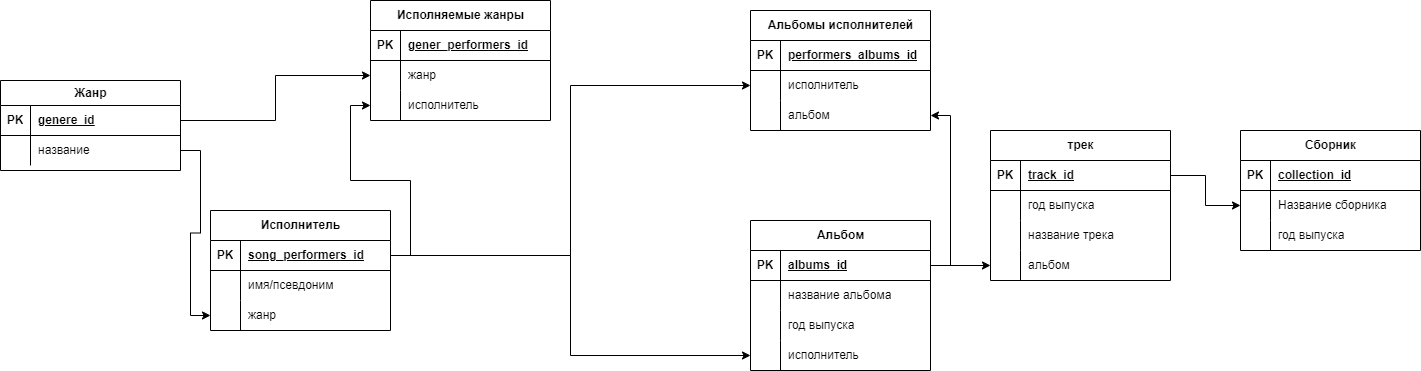
Before: hw_db.drawio.png, a diagram exported from draw.io (CatGaster/hw_db_2). Source tidied: cells renumbered, new cells last; positions are measured from the earlier drawing's top-left corner, leaving out a move shared by most shapes.
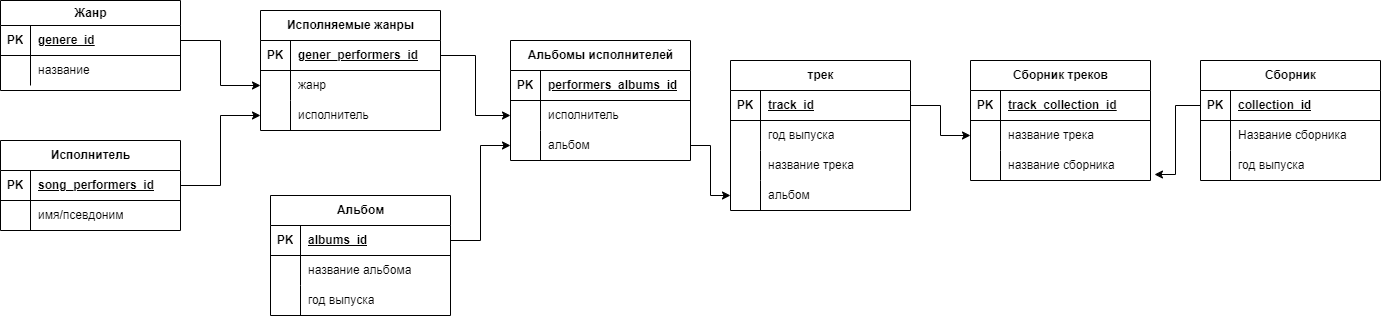
After the commit.

The edit, as a diff of the source:
```diff
@@ -3,7 +3,7 @@
     <mxCell id="0" />
     <mxCell id="1" parent="0" />
     <mxCell id="2" value="Жанр" style="shape=table;startSize=25;rowLines=0;fontStyle=1;align=center;html=1;" parent="1" vertex="1">
-      <mxGeometry y="80" width="180" height="90" as="geometry" />
+      <mxGeometry x="10" y="30" width="180" height="90" as="geometry" />
     </mxCell>
     <mxCell id="3" style="shape=tableRow;horizontal=0;startSize=0;swimlaneHead=0;swimlaneBody=0;fillColor=none;points=[[0,0.5],[1,0.5]];portConstraint=eastwest;top=0;left=0;right=0;bottom=1;" parent="2" vertex="1">
       <mxGeometry y="25" width="180" height="30" as="geometry" />
@@ -24,7 +24,7 @@
       <mxGeometry x="30" width="150" height="30" as="geometry" />
     </mxCell>
     <mxCell id="9" value="Альбом" style="shape=table;startSize=30;rowLines=0;fontStyle=1;align=center;html=1;" parent="1" vertex="1">
-      <mxGeometry x="750" y="220" width="180" height="150" as="geometry" />
+      <mxGeometry x="280" y="225" width="180" height="120" as="geometry" />
     </mxCell>
     <mxCell id="10" style="shape=tableRow;horizontal=0;startSize=0;swimlaneHead=0;swimlaneBody=0;fillColor=none;points=[[0,0.5],[1,0.5]];portConstraint=eastwest;top=0;left=0;right=0;bottom=1;" parent="9" vertex="1">
       <mxGeometry y="30" width="180" height="30" as="geometry" />
@@ -53,17 +53,8 @@
     <mxCell id="18" value="год выпуска" style="shape=partialRectangle;fillColor=none;top=0;left=0;bottom=0;right=0;align=left;spacingLeft=6;overflow=hidden;whiteSpace=wrap;html=1;" parent="16" vertex="1">
       <mxGeometry x="30" width="150" height="30" as="geometry" />
     </mxCell>
-    <mxCell id="19" style="shape=tableRow;horizontal=0;startSize=0;swimlaneHead=0;swimlaneBody=0;fillColor=none;points=[[0,0.5],[1,0.5]];portConstraint=eastwest;top=0;left=0;right=0;bottom=0;" parent="9" vertex="1">
-      <mxGeometry y="120" width="180" height="30" as="geometry" />
-    </mxCell>
-    <mxCell id="20" style="shape=partialRectangle;fillColor=none;top=0;left=0;bottom=0;right=0;overflow=hidden;whiteSpace=wrap;html=1;" parent="19" vertex="1">
-      <mxGeometry width="30" height="30" as="geometry" />
-    </mxCell>
-    <mxCell id="21" value="исполнитель" style="shape=partialRectangle;fillColor=none;top=0;left=0;bottom=0;right=0;align=left;spacingLeft=6;overflow=hidden;whiteSpace=wrap;html=1;" parent="19" vertex="1">
-      <mxGeometry x="30" width="150" height="30" as="geometry" />
-    </mxCell>
     <mxCell id="22" value="Исполнитель" style="shape=table;startSize=30;rowLines=0;fontStyle=1;align=center;html=1;" parent="1" vertex="1">
-      <mxGeometry x="210" y="210" width="180" height="120" as="geometry" />
+      <mxGeometry x="10" y="170" width="180" height="90" as="geometry" />
     </mxCell>
     <mxCell id="23" style="shape=tableRow;horizontal=0;startSize=0;swimlaneHead=0;swimlaneBody=0;fillColor=none;points=[[0,0.5],[1,0.5]];portConstraint=eastwest;top=0;left=0;right=0;bottom=1;" parent="22" vertex="1">
       <mxGeometry y="30" width="180" height="30" as="geometry" />
@@ -83,20 +74,8 @@
     <mxCell id="28" value="имя/псевдоним" style="shape=partialRectangle;fillColor=none;top=0;left=0;bottom=0;right=0;align=left;spacingLeft=6;overflow=hidden;whiteSpace=wrap;html=1;" parent="26" vertex="1">
       <mxGeometry x="30" width="150" height="30" as="geometry" />
     </mxCell>
-    <mxCell id="29" style="shape=tableRow;horizontal=0;startSize=0;swimlaneHead=0;swimlaneBody=0;fillColor=none;points=[[0,0.5],[1,0.5]];portConstraint=eastwest;top=0;left=0;right=0;bottom=0;" parent="22" vertex="1">
-      <mxGeometry y="90" width="180" height="30" as="geometry" />
-    </mxCell>
-    <mxCell id="30" style="shape=partialRectangle;fillColor=none;top=0;left=0;bottom=0;right=0;overflow=hidden;whiteSpace=wrap;html=1;" parent="29" vertex="1">
-      <mxGeometry width="30" height="30" as="geometry" />
-    </mxCell>
-    <mxCell id="31" value="жанр" style="shape=partialRectangle;fillColor=none;top=0;left=0;bottom=0;right=0;align=left;spacingLeft=6;overflow=hidden;whiteSpace=wrap;html=1;" parent="29" vertex="1">
-      <mxGeometry x="30" width="150" height="30" as="geometry" />
-    </mxCell>
-    <mxCell id="32" style="edgeStyle=orthogonalEdgeStyle;rounded=0;jettySize=auto;html=1;entryX=0;entryY=0.5;entryDx=0;entryDy=0;" parent="1" edge="1" source="6" target="29">
-      <mxGeometry relative="1" as="geometry" />
-    </mxCell>
     <mxCell id="33" value="Исполняемые жанры" style="shape=table;startSize=30;rowLines=0;fontStyle=1;align=center;html=1;" parent="1" vertex="1">
-      <mxGeometry x="370" width="180" height="120" as="geometry" />
+      <mxGeometry x="270" y="40" width="180" height="120" as="geometry" />
     </mxCell>
     <mxCell id="34" style="shape=tableRow;horizontal=0;startSize=0;swimlaneHead=0;swimlaneBody=0;fillColor=none;points=[[0,0.5],[1,0.5]];portConstraint=eastwest;top=0;left=0;right=0;bottom=1;" parent="33" vertex="1">
       <mxGeometry y="30" width="180" height="30" as="geometry" />
@@ -128,11 +107,8 @@
     <mxCell id="43" style="edgeStyle=orthogonalEdgeStyle;rounded=0;jettySize=auto;html=1;exitX=1;exitY=0.5;exitDx=0;exitDy=0;" parent="1" edge="1" source="23" target="40">
       <mxGeometry relative="1" as="geometry" />
     </mxCell>
-    <mxCell id="44" style="edgeStyle=orthogonalEdgeStyle;rounded=0;jettySize=auto;html=1;exitX=1;exitY=0.5;exitDx=0;exitDy=0;entryX=0;entryY=0.5;entryDx=0;entryDy=0;" parent="1" edge="1" source="23" target="19">
-      <mxGeometry relative="1" as="geometry" />
-    </mxCell>
     <mxCell id="45" value="Альбомы исполнителей" style="shape=table;startSize=30;rowLines=0;fontStyle=1;align=center;html=1;" parent="1" vertex="1">
-      <mxGeometry x="750" y="10" width="180" height="120" as="geometry" />
+      <mxGeometry x="520" y="70" width="180" height="120" as="geometry" />
     </mxCell>
     <mxCell id="46" style="shape=tableRow;horizontal=0;startSize=0;swimlaneHead=0;swimlaneBody=0;fillColor=none;top=0;left=0;right=0;bottom=1;" parent="45" vertex="1">
       <mxGeometry y="30" width="180" height="30" as="geometry" />
@@ -161,11 +137,8 @@
     <mxCell id="54" value="альбом" style="shape=partialRectangle;fillColor=none;top=0;left=0;bottom=0;right=0;align=left;spacingLeft=6;overflow=hidden;whiteSpace=wrap;html=1;" parent="52" vertex="1">
       <mxGeometry x="30" width="150" height="30" as="geometry" />
     </mxCell>
-    <mxCell id="55" style="edgeStyle=orthogonalEdgeStyle;rounded=0;jettySize=auto;html=1;exitX=1;exitY=0.5;exitDx=0;exitDy=0;entryX=0;entryY=0.5;entryDx=0;entryDy=0;" parent="1" edge="1" source="23" target="49">
-      <mxGeometry relative="1" as="geometry" />
-    </mxCell>
     <mxCell id="56" value="Сборник" style="shape=table;startSize=30;rowLines=0;fontStyle=1;align=center;html=1;" parent="1" vertex="1">
-      <mxGeometry x="1240" y="130" width="180" height="120" as="geometry" />
+      <mxGeometry x="1210" y="90" width="180" height="120" as="geometry" />
     </mxCell>
     <mxCell id="57" style="shape=tableRow;horizontal=0;startSize=0;swimlaneHead=0;swimlaneBody=0;fillColor=none;points=[[0,0.5],[1,0.5]];portConstraint=eastwest;top=0;left=0;right=0;bottom=1;" parent="56" vertex="1">
       <mxGeometry y="30" width="180" height="30" as="geometry" />
@@ -194,11 +167,8 @@
     <mxCell id="65" value="год выпуска" style="shape=partialRectangle;fillColor=none;top=0;left=0;bottom=0;right=0;align=left;spacingLeft=6;overflow=hidden;whiteSpace=wrap;html=1;" parent="63" vertex="1">
       <mxGeometry x="30" width="150" height="30" as="geometry" />
     </mxCell>
-    <mxCell id="66" style="edgeStyle=orthogonalEdgeStyle;rounded=0;jettySize=auto;html=1;exitX=1;exitY=0.5;exitDx=0;exitDy=0;entryX=1;entryY=0.5;entryDx=0;entryDy=0;" parent="1" edge="1" source="10" target="52">
-      <mxGeometry relative="1" as="geometry" />
-    </mxCell>
     <mxCell id="67" value="трек" style="shape=table;startSize=30;rowLines=0;fontStyle=1;align=center;html=1;" parent="1" vertex="1">
-      <mxGeometry x="990" y="130" width="180" height="150" as="geometry" />
+      <mxGeometry x="740" y="90" width="180" height="150" as="geometry" />
     </mxCell>
     <mxCell id="68" style="shape=tableRow;horizontal=0;startSize=0;swimlaneHead=0;swimlaneBody=0;fillColor=none;points=[[0,0.5],[1,0.5]];portConstraint=eastwest;top=0;left=0;right=0;bottom=1;" parent="67" vertex="1">
       <mxGeometry y="30" width="180" height="30" as="geometry" />
@@ -236,14 +206,53 @@
     <mxCell id="79" value="альбом" style="shape=partialRectangle;fillColor=none;top=0;left=0;bottom=0;right=0;align=left;spacingLeft=6;overflow=hidden;whiteSpace=wrap;html=1;" parent="77" vertex="1">
       <mxGeometry x="30" width="150" height="30" as="geometry" />
     </mxCell>
-    <mxCell id="80" style="edgeStyle=orthogonalEdgeStyle;rounded=0;jettySize=auto;html=1;exitX=1;exitY=0.5;exitDx=0;exitDy=0;" parent="1" edge="1" source="10" target="77">
-      <mxGeometry relative="1" as="geometry" />
-    </mxCell>
-    <mxCell id="81" style="edgeStyle=orthogonalEdgeStyle;rounded=0;jettySize=auto;html=1;entryX=0;entryY=0.5;entryDx=0;entryDy=0;" parent="1" edge="1" source="68" target="60">
-      <mxGeometry relative="1" as="geometry" />
-    </mxCell>
     <mxCell id="82" style="edgeStyle=orthogonalEdgeStyle;rounded=0;jettySize=auto;html=1;exitX=1;exitY=0.5;exitDx=0;exitDy=0;entryX=0;entryY=0.5;entryDx=0;entryDy=0;" parent="1" edge="1" source="3" target="37">
       <mxGeometry relative="1" as="geometry" />
     </mxCell>
+    <mxCell id="83" value="Сборник треков" style="shape=table;startSize=30;rowLines=0;fontStyle=1;align=center;html=1;" parent="1" vertex="1">
+      <mxGeometry x="980" y="90" width="180" height="120" as="geometry" />
+    </mxCell>
+    <mxCell id="84" style="shape=tableRow;horizontal=0;startSize=0;swimlaneHead=0;swimlaneBody=0;fillColor=none;top=0;left=0;right=0;bottom=1;" parent="83" vertex="1">
+      <mxGeometry y="30" width="180" height="30" as="geometry" />
+    </mxCell>
+    <mxCell id="85" value="PK" style="shape=partialRectangle;fillColor=none;top=0;left=0;bottom=0;right=0;fontStyle=1;overflow=hidden;whiteSpace=wrap;html=1;" parent="84" vertex="1">
+      <mxGeometry width="30" height="30" as="geometry" />
+    </mxCell>
+    <mxCell id="86" value="track_collection_id" style="shape=partialRectangle;fillColor=none;top=0;left=0;bottom=0;right=0;align=left;spacingLeft=6;fontStyle=5;overflow=hidden;whiteSpace=wrap;html=1;" parent="84" vertex="1">
+      <mxGeometry x="30" width="150" height="30" as="geometry" />
+    </mxCell>
+    <mxCell id="87" style="shape=tableRow;horizontal=0;startSize=0;swimlaneHead=0;swimlaneBody=0;fillColor=none;points=[[0,0.5],[1,0.5]];portConstraint=eastwest;top=0;left=0;right=0;bottom=0;" parent="83" vertex="1">
+      <mxGeometry y="60" width="180" height="30" as="geometry" />
+    </mxCell>
+    <mxCell id="88" style="shape=partialRectangle;fillColor=none;top=0;left=0;bottom=0;right=0;overflow=hidden;whiteSpace=wrap;html=1;" parent="87" vertex="1">
+      <mxGeometry width="30" height="30" as="geometry" />
+    </mxCell>
+    <mxCell id="89" value="название трека" style="shape=partialRectangle;fillColor=none;top=0;left=0;bottom=0;right=0;align=left;spacingLeft=6;overflow=hidden;whiteSpace=wrap;html=1;" parent="87" vertex="1">
+      <mxGeometry x="30" width="150" height="30" as="geometry" />
+    </mxCell>
+    <mxCell id="29" style="shape=tableRow;horizontal=0;startSize=0;swimlaneHead=0;swimlaneBody=0;fillColor=none;points=[[0,0.5],[1,0.5]];portConstraint=eastwest;top=0;left=0;right=0;bottom=0;" parent="83" vertex="1">
+      <mxGeometry y="90" width="180" height="30" as="geometry" />
+    </mxCell>
+    <mxCell id="90" style="shape=partialRectangle;fillColor=none;top=0;left=0;bottom=0;right=0;overflow=hidden;whiteSpace=wrap;html=1;" parent="29" vertex="1">
+      <mxGeometry width="30" height="30" as="geometry" />
+    </mxCell>
+    <mxCell id="91" value="название сборника" style="shape=partialRectangle;fillColor=none;top=0;left=0;bottom=0;right=0;align=left;spacingLeft=6;overflow=hidden;whiteSpace=wrap;html=1;" parent="29" vertex="1">
+      <mxGeometry x="30" width="150" height="30" as="geometry" />
+    </mxCell>
+    <mxCell id="92" style="edgeStyle=orthogonalEdgeStyle;rounded=0;jettySize=auto;html=1;" parent="1" edge="1" source="34" target="49">
+      <mxGeometry relative="1" as="geometry" />
+    </mxCell>
+    <mxCell id="66" style="edgeStyle=orthogonalEdgeStyle;rounded=0;jettySize=auto;html=1;entryX=0;entryY=0.5;entryDx=0;entryDy=0;" parent="1" edge="1" source="10" target="52">
+      <mxGeometry relative="1" as="geometry" />
+    </mxCell>
+    <mxCell id="93" style="edgeStyle=orthogonalEdgeStyle;rounded=0;jettySize=auto;html=1;" parent="1" edge="1" source="52" target="77">
+      <mxGeometry relative="1" as="geometry" />
+    </mxCell>
+    <mxCell id="94" style="edgeStyle=orthogonalEdgeStyle;rounded=0;jettySize=auto;html=1;entryX=0;entryY=0.5;entryDx=0;entryDy=0;" parent="1" edge="1" source="68" target="87">
+      <mxGeometry relative="1" as="geometry" />
+    </mxCell>
+    <mxCell id="95" style="edgeStyle=orthogonalEdgeStyle;rounded=0;jettySize=auto;html=1;exitX=0;exitY=0.5;exitDx=0;exitDy=0;entryX=1.022;entryY=0.8;entryDx=0;entryDy=0;entryPerimeter=0;" parent="1" edge="1" source="57" target="29">
+      <mxGeometry relative="1" as="geometry" />
+    </mxCell>
   </root>
 </mxGraphModel>
```
